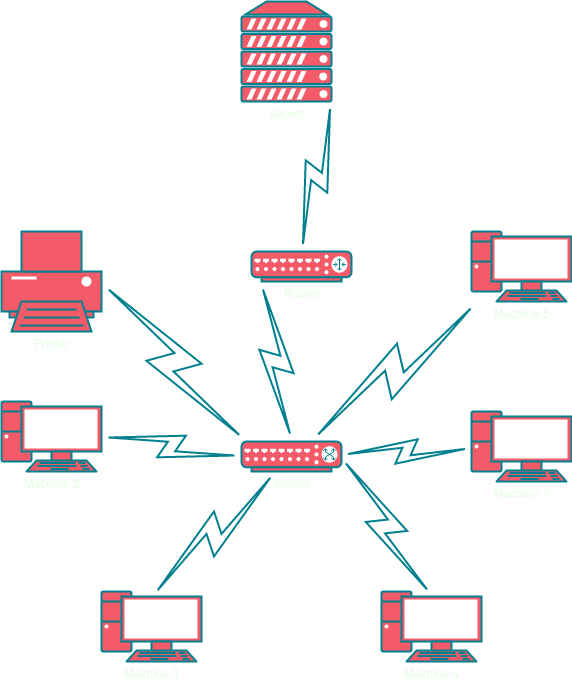
The draw.io diagram LanNetwork.drawio.png in HenriqueStocco/Networks-college, before a commit. Source tidied: cells renumbered, new cells last; positions are measured from the earlier drawing's top-left corner, leaving out a move shared by most shapes.
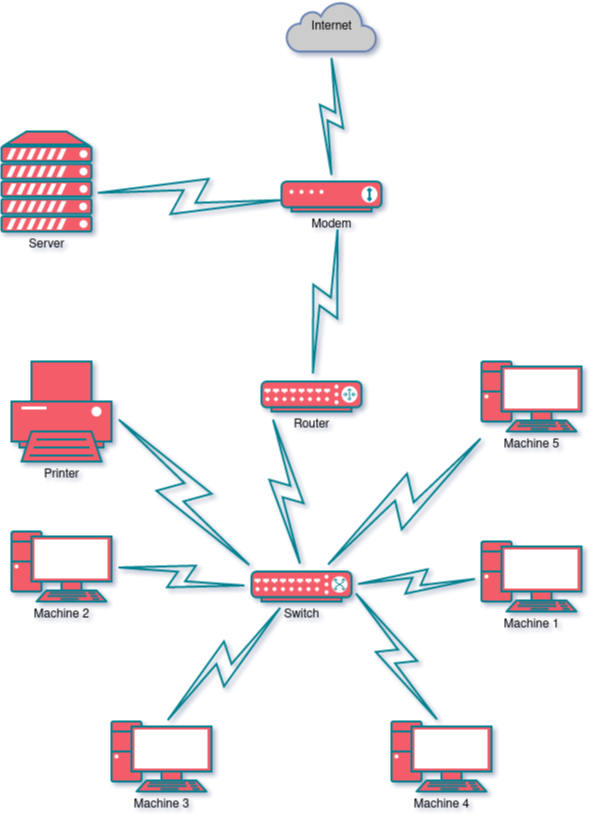
The same file after the commit.

Commit message:
Update LAN network diagram.

Diff of the diagram source:
```diff
@@ -1,63 +1,92 @@
-<mxGraphModel>
+<mxGraphModel background="#FFFFFF" shadow="1">
   <root>
     <mxCell id="0" />
     <mxCell id="1" parent="0" />
-    <mxCell id="2" value="Printer" style="fontColor=#E4FDE1;verticalAlign=top;verticalLabelPosition=bottom;labelPosition=center;align=center;html=1;outlineConnect=0;fillColor=#F45B69;strokeColor=#028090;gradientDirection=north;strokeWidth=2;shape=mxgraph.networks.printer;labelBackgroundColor=none;rounded=1;" parent="1" vertex="1">
+    <mxCell id="2" value="Printer" style="fontColor=#000000;verticalAlign=top;verticalLabelPosition=bottom;labelPosition=center;align=center;html=1;outlineConnect=0;fillColor=#F45B69;strokeColor=#028090;gradientDirection=north;strokeWidth=2;shape=mxgraph.networks.printer;labelBackgroundColor=none;rounded=1;" parent="1" vertex="1">
       <mxGeometry y="230" width="100" height="100" as="geometry" />
     </mxCell>
-    <mxCell id="3" value="Server" style="fontColor=#E4FDE1;verticalAlign=top;verticalLabelPosition=bottom;labelPosition=center;align=center;html=1;outlineConnect=0;fillColor=#F45B69;strokeColor=#028090;gradientDirection=north;strokeWidth=2;shape=mxgraph.networks.server;labelBackgroundColor=none;rounded=1;" parent="1" vertex="1">
-      <mxGeometry x="240" width="90" height="100" as="geometry" />
+    <mxCell id="3" value="Server" style="fontColor=#000000;verticalAlign=top;verticalLabelPosition=bottom;labelPosition=center;align=center;html=1;outlineConnect=0;fillColor=#F45B69;strokeColor=#028090;gradientDirection=north;strokeWidth=2;shape=mxgraph.networks.server;labelBackgroundColor=none;rounded=1;" parent="1" vertex="1">
+      <mxGeometry x="-10" width="90" height="100" as="geometry" />
     </mxCell>
-    <mxCell id="4" value="Machine 1" style="fontColor=#E4FDE1;verticalAlign=top;verticalLabelPosition=bottom;labelPosition=center;align=center;html=1;outlineConnect=0;fillColor=#F45B69;strokeColor=#028090;gradientDirection=north;strokeWidth=2;shape=mxgraph.networks.pc;labelBackgroundColor=none;rounded=1;" parent="1" vertex="1">
+    <mxCell id="4" value="Machine 1" style="fontColor=#000000;verticalAlign=top;verticalLabelPosition=bottom;labelPosition=center;align=center;html=1;outlineConnect=0;fillColor=#F45B69;strokeColor=#028090;gradientDirection=north;strokeWidth=2;shape=mxgraph.networks.pc;labelBackgroundColor=none;rounded=1;" parent="1" vertex="1">
       <mxGeometry x="470" y="410" width="100" height="70" as="geometry" />
     </mxCell>
-    <mxCell id="5" value="Machine 5" style="fontColor=#E4FDE1;verticalAlign=top;verticalLabelPosition=bottom;labelPosition=center;align=center;html=1;outlineConnect=0;fillColor=#F45B69;strokeColor=#028090;gradientDirection=north;strokeWidth=2;shape=mxgraph.networks.pc;labelBackgroundColor=none;rounded=1;" parent="1" vertex="1">
+    <mxCell id="5" value="Machine 5" style="fontColor=#000000;verticalAlign=top;verticalLabelPosition=bottom;labelPosition=center;align=center;html=1;outlineConnect=0;fillColor=#F45B69;strokeColor=#028090;gradientDirection=north;strokeWidth=2;shape=mxgraph.networks.pc;labelBackgroundColor=none;rounded=1;" parent="1" vertex="1">
       <mxGeometry x="470" y="230" width="100" height="70" as="geometry" />
     </mxCell>
-    <mxCell id="6" value="Machine 4" style="fontColor=#E4FDE1;verticalAlign=top;verticalLabelPosition=bottom;labelPosition=center;align=center;html=1;outlineConnect=0;fillColor=#F45B69;strokeColor=#028090;gradientDirection=north;strokeWidth=2;shape=mxgraph.networks.pc;labelBackgroundColor=none;rounded=1;" parent="1" vertex="1">
+    <mxCell id="6" value="Machine 4" style="fontColor=#000000;verticalAlign=top;verticalLabelPosition=bottom;labelPosition=center;align=center;html=1;outlineConnect=0;fillColor=#F45B69;strokeColor=#028090;gradientDirection=north;strokeWidth=2;shape=mxgraph.networks.pc;labelBackgroundColor=none;rounded=1;" parent="1" vertex="1">
       <mxGeometry x="380" y="590" width="100" height="70" as="geometry" />
     </mxCell>
-    <mxCell id="7" value="Machine 3" style="fontColor=#E4FDE1;verticalAlign=top;verticalLabelPosition=bottom;labelPosition=center;align=center;html=1;outlineConnect=0;fillColor=#F45B69;strokeColor=#028090;gradientDirection=north;strokeWidth=2;shape=mxgraph.networks.pc;labelBackgroundColor=none;rounded=1;" parent="1" vertex="1">
+    <mxCell id="7" value="Machine 3" style="fontColor=#000000;verticalAlign=top;verticalLabelPosition=bottom;labelPosition=center;align=center;html=1;outlineConnect=0;fillColor=#F45B69;strokeColor=#028090;gradientDirection=north;strokeWidth=2;shape=mxgraph.networks.pc;labelBackgroundColor=none;rounded=1;" parent="1" vertex="1">
       <mxGeometry x="100" y="590" width="100" height="70" as="geometry" />
     </mxCell>
-    <mxCell id="8" value="Machine 2" style="fontColor=#E4FDE1;verticalAlign=top;verticalLabelPosition=bottom;labelPosition=center;align=center;html=1;outlineConnect=0;fillColor=#F45B69;strokeColor=#028090;gradientDirection=north;strokeWidth=2;shape=mxgraph.networks.pc;labelBackgroundColor=none;rounded=1;" parent="1" vertex="1">
+    <mxCell id="8" value="Machine 2" style="fontColor=#000000;verticalAlign=top;verticalLabelPosition=bottom;labelPosition=center;align=center;html=1;outlineConnect=0;fillColor=#F45B69;strokeColor=#028090;gradientDirection=north;strokeWidth=2;shape=mxgraph.networks.pc;labelBackgroundColor=none;rounded=1;" parent="1" vertex="1">
       <mxGeometry y="400" width="100" height="70" as="geometry" />
     </mxCell>
-    <mxCell id="9" style="html=1;outlineConnect=0;strokeColor=#028090;gradientDirection=north;strokeWidth=2;shape=mxgraph.networks.comm_link_edge;html=1;rounded=1;exitX=0.5;exitY=0;exitDx=0;exitDy=0;exitPerimeter=0;labelBackgroundColor=none;fontColor=default;" parent="1" edge="1" source="17">
+    <mxCell id="9" style="html=1;outlineConnect=0;strokeColor=#028090;gradientDirection=north;strokeWidth=2;shape=mxgraph.networks.comm_link_edge;html=1;rounded=1;exitX=0.5;exitY=0;exitDx=0;exitDy=0;exitPerimeter=0;labelBackgroundColor=none;fontColor=default;" parent="1" edge="1">
       <mxGeometry relative="1" as="geometry">
-        <mxPoint x="330" y="100" as="targetPoint" />
+        <mxPoint x="300" y="250" as="sourcePoint" />
+        <mxPoint x="327.4" y="90" as="targetPoint" />
       </mxGeometry>
     </mxCell>
-    <mxCell id="10" style="html=1;outlineConnect=0;strokeColor=#028090;gradientDirection=north;strokeWidth=2;shape=mxgraph.networks.comm_link_edge;html=1;rounded=1;exitX=0.5;exitY=0;exitDx=0;exitDy=0;exitPerimeter=0;entryX=0.1;entryY=1;entryDx=0;entryDy=0;entryPerimeter=0;labelBackgroundColor=none;fontColor=default;" parent="1" edge="1" source="18" target="17">
+    <mxCell id="10" style="html=1;outlineConnect=0;strokeColor=#028090;gradientDirection=north;strokeWidth=2;shape=mxgraph.networks.comm_link_edge;html=1;rounded=1;exitX=0.5;exitY=0;exitDx=0;exitDy=0;exitPerimeter=0;entryX=0.1;entryY=1;entryDx=0;entryDy=0;entryPerimeter=0;labelBackgroundColor=none;fontColor=default;" parent="1" edge="1">
       <mxGeometry relative="1" as="geometry">
+        <mxPoint x="290" y="440" as="sourcePoint" />
+        <mxPoint x="260" y="280" as="targetPoint" />
         <Array as="points">
           <mxPoint x="250" y="400" />
         </Array>
       </mxGeometry>
     </mxCell>
-    <mxCell id="11" style="html=1;outlineConnect=0;strokeColor=#028090;gradientDirection=north;strokeWidth=2;shape=mxgraph.networks.comm_link_edge;html=1;rounded=1;exitX=1;exitY=0.5;exitDx=0;exitDy=0;exitPerimeter=0;entryX=0.05;entryY=0.05;entryDx=0;entryDy=0;entryPerimeter=0;labelBackgroundColor=none;fontColor=default;" parent="1" edge="1" source="2" target="18">
-      <mxGeometry relative="1" as="geometry" />
+    <mxCell id="11" style="html=1;outlineConnect=0;strokeColor=#028090;gradientDirection=north;strokeWidth=2;shape=mxgraph.networks.comm_link_edge;html=1;rounded=1;exitX=1;exitY=0.5;exitDx=0;exitDy=0;exitPerimeter=0;entryX=0.05;entryY=0.05;entryDx=0;entryDy=0;entryPerimeter=0;labelBackgroundColor=none;fontColor=default;" parent="1" edge="1" source="2">
+      <mxGeometry relative="1" as="geometry">
+        <mxPoint x="245" y="441.5" as="targetPoint" />
+      </mxGeometry>
     </mxCell>
-    <mxCell id="12" style="html=1;outlineConnect=0;strokeColor=#028090;gradientDirection=north;strokeWidth=2;shape=mxgraph.networks.comm_link_edge;html=1;rounded=1;entryX=0;entryY=0.5;entryDx=0;entryDy=0;entryPerimeter=0;exitX=1;exitY=0.5;exitDx=0;exitDy=0;exitPerimeter=0;labelBackgroundColor=none;fontColor=default;" parent="1" edge="1" source="8" target="18">
-      <mxGeometry relative="1" as="geometry" />
+    <mxCell id="12" style="html=1;outlineConnect=0;strokeColor=#028090;gradientDirection=north;strokeWidth=2;shape=mxgraph.networks.comm_link_edge;html=1;rounded=1;entryX=0;entryY=0.5;entryDx=0;entryDy=0;entryPerimeter=0;exitX=1;exitY=0.5;exitDx=0;exitDy=0;exitPerimeter=0;labelBackgroundColor=none;fontColor=default;" parent="1" edge="1" source="8">
+      <mxGeometry relative="1" as="geometry">
+        <mxPoint x="240" y="455" as="targetPoint" />
+      </mxGeometry>
     </mxCell>
-    <mxCell id="13" style="html=1;outlineConnect=0;strokeColor=#028090;gradientDirection=north;strokeWidth=2;shape=mxgraph.networks.comm_link_edge;html=1;rounded=1;exitX=0.5;exitY=0.07;exitDx=0;exitDy=0;exitPerimeter=0;labelBackgroundColor=none;fontColor=default;" parent="1" edge="1" source="7" target="18">
-      <mxGeometry relative="1" as="geometry" />
+    <mxCell id="13" style="html=1;outlineConnect=0;strokeColor=#028090;gradientDirection=north;strokeWidth=2;shape=mxgraph.networks.comm_link_edge;html=1;rounded=1;exitX=0.5;exitY=0.07;exitDx=0;exitDy=0;exitPerimeter=0;labelBackgroundColor=none;fontColor=default;" parent="1" edge="1" source="7">
+      <mxGeometry relative="1" as="geometry">
+        <mxPoint x="275" y="470" as="targetPoint" />
+      </mxGeometry>
     </mxCell>
-    <mxCell id="14" style="html=1;outlineConnect=0;strokeColor=#028090;gradientDirection=north;strokeWidth=2;shape=mxgraph.networks.comm_link_edge;html=1;rounded=1;labelBackgroundColor=none;fontColor=default;" parent="1" edge="1" source="18" target="5">
-      <mxGeometry relative="1" as="geometry" />
+    <mxCell id="14" style="html=1;outlineConnect=0;strokeColor=#028090;gradientDirection=north;strokeWidth=2;shape=mxgraph.networks.comm_link_edge;html=1;rounded=1;labelBackgroundColor=none;fontColor=default;" parent="1" edge="1" target="5">
+      <mxGeometry relative="1" as="geometry">
+        <mxPoint x="308.2" y="440" as="sourcePoint" />
+      </mxGeometry>
     </mxCell>
-    <mxCell id="15" style="html=1;outlineConnect=0;strokeColor=#028090;gradientDirection=north;strokeWidth=2;shape=mxgraph.networks.comm_link_edge;html=1;rounded=1;labelBackgroundColor=none;fontColor=default;" parent="1" edge="1" source="18" target="4">
-      <mxGeometry relative="1" as="geometry" />
+    <mxCell id="15" style="html=1;outlineConnect=0;strokeColor=#028090;gradientDirection=north;strokeWidth=2;shape=mxgraph.networks.comm_link_edge;html=1;rounded=1;labelBackgroundColor=none;fontColor=default;" parent="1" edge="1" target="4">
+      <mxGeometry relative="1" as="geometry">
+        <mxPoint x="340" y="452.8" as="sourcePoint" />
+      </mxGeometry>
     </mxCell>
-    <mxCell id="16" style="html=1;outlineConnect=0;strokeColor=#028090;gradientDirection=north;strokeWidth=2;shape=mxgraph.networks.comm_link_edge;html=1;rounded=1;entryX=0.5;entryY=0.07;entryDx=0;entryDy=0;entryPerimeter=0;exitX=1;exitY=0.5;exitDx=0;exitDy=0;exitPerimeter=0;labelBackgroundColor=none;fontColor=default;" parent="1" edge="1" source="18" target="6">
-      <mxGeometry relative="1" as="geometry" />
+    <mxCell id="16" style="html=1;outlineConnect=0;strokeColor=#028090;gradientDirection=north;strokeWidth=2;shape=mxgraph.networks.comm_link_edge;html=1;rounded=1;entryX=0.5;entryY=0.07;entryDx=0;entryDy=0;entryPerimeter=0;exitX=1;exitY=0.5;exitDx=0;exitDy=0;exitPerimeter=0;labelBackgroundColor=none;fontColor=default;" parent="1" edge="1" target="6">
+      <mxGeometry relative="1" as="geometry">
+        <mxPoint x="340" y="455" as="sourcePoint" />
+      </mxGeometry>
     </mxCell>
+    <mxCell id="19" style="html=1;outlineConnect=0;strokeColor=#028090;gradientDirection=north;strokeWidth=2;shape=mxgraph.networks.comm_link_edge;html=1;rounded=1;exitX=0.956;exitY=0.61;exitDx=0;exitDy=0;exitPerimeter=0;labelBackgroundColor=none;fontColor=default;entryX=0;entryY=0.3;entryDx=0;entryDy=0;entryPerimeter=0;" parent="1" edge="1" source="3">
+      <mxGeometry relative="1" as="geometry">
+        <mxPoint x="280" y="69" as="targetPoint" />
+      </mxGeometry>
+    </mxCell>
+    <mxCell id="18" value="Switch" style="fontColor=#000000;verticalAlign=top;verticalLabelPosition=bottom;labelPosition=center;align=center;html=1;outlineConnect=0;fillColor=#F45B69;strokeColor=#028090;gradientDirection=north;strokeWidth=2;shape=mxgraph.networks.switch;labelBackgroundColor=none;rounded=1;" parent="1" vertex="1">
+      <mxGeometry x="240" y="440" width="100" height="30" as="geometry" />
+    </mxCell>
+    <mxCell id="20" value="Modem" style="fontColor=#000000;verticalAlign=top;verticalLabelPosition=bottom;labelPosition=center;align=center;html=1;outlineConnect=0;fillColor=#F45B69;strokeColor=#028090;gradientColor=none;gradientDirection=north;strokeWidth=2;shape=mxgraph.networks.modem;rounded=1;fontFamily=Helvetica;fontSize=12;labelBackgroundColor=none;" parent="1" vertex="1">
+      <mxGeometry x="270" y="50" width="100" height="30" as="geometry" />
+    </mxCell>
-    <mxCell id="17" value="Router" style="fontColor=#E4FDE1;verticalAlign=top;verticalLabelPosition=bottom;labelPosition=center;align=center;html=1;outlineConnect=0;fillColor=#F45B69;strokeColor=#028090;gradientDirection=north;strokeWidth=2;shape=mxgraph.networks.router;labelBackgroundColor=none;rounded=1;" parent="1" vertex="1">
+    <mxCell id="17" value="Router" style="fontColor=#000000;verticalAlign=top;verticalLabelPosition=bottom;labelPosition=center;align=center;html=1;outlineConnect=0;fillColor=#F45B69;strokeColor=#028090;gradientDirection=north;strokeWidth=2;shape=mxgraph.networks.router;labelBackgroundColor=none;rounded=1;" parent="1" vertex="1">
       <mxGeometry x="250" y="250" width="100" height="30" as="geometry" />
     </mxCell>
-    <mxCell id="18" value="Switch" style="fontColor=#E4FDE1;verticalAlign=top;verticalLabelPosition=bottom;labelPosition=center;align=center;html=1;outlineConnect=0;fillColor=#F45B69;strokeColor=#028090;gradientDirection=north;strokeWidth=2;shape=mxgraph.networks.switch;labelBackgroundColor=none;rounded=1;" parent="1" vertex="1">
-      <mxGeometry x="240" y="440" width="100" height="30" as="geometry" />
-    </mxCell>
+    <mxCell id="21" value="Internet" style="html=1;outlineConnect=0;fillColor=#CCCCCC;strokeColor=#6881B3;gradientColor=none;gradientDirection=north;strokeWidth=2;shape=mxgraph.networks.cloud;fontColor=#000000;" parent="1" vertex="1">
+      <mxGeometry x="275" y="-130" width="90" height="50" as="geometry" />
+    </mxCell>
+    <mxCell id="22" style="html=1;outlineConnect=0;strokeColor=#028090;gradientDirection=north;strokeWidth=2;shape=mxgraph.networks.comm_link_edge;html=1;rounded=1;labelBackgroundColor=none;fontColor=default;entryX=0.5;entryY=1;entryDx=0;entryDy=0;entryPerimeter=0;" parent="1" edge="1" source="20" target="21">
+      <mxGeometry relative="1" as="geometry" />
+    </mxCell>
   </root>
 </mxGraphModel>
```
